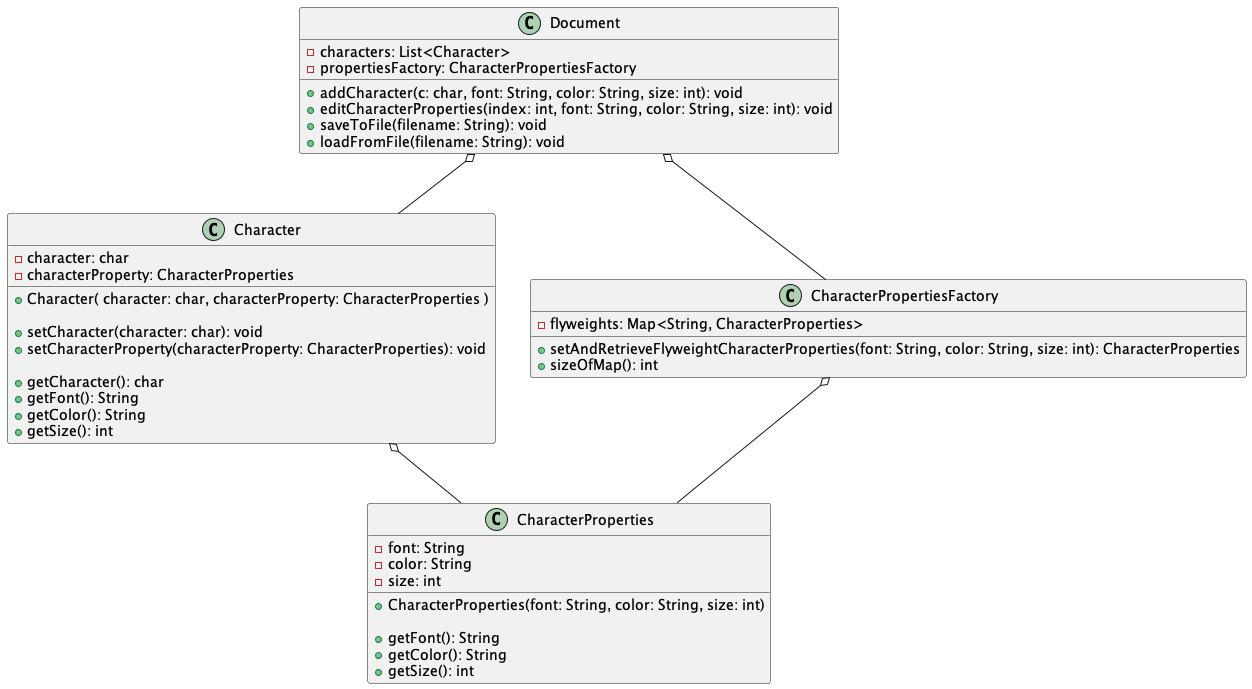
This is diagram-result/Class_Diagram.png from thanhdat1902/plantUML-edtior, a PlantUML export, as it was before one commit.
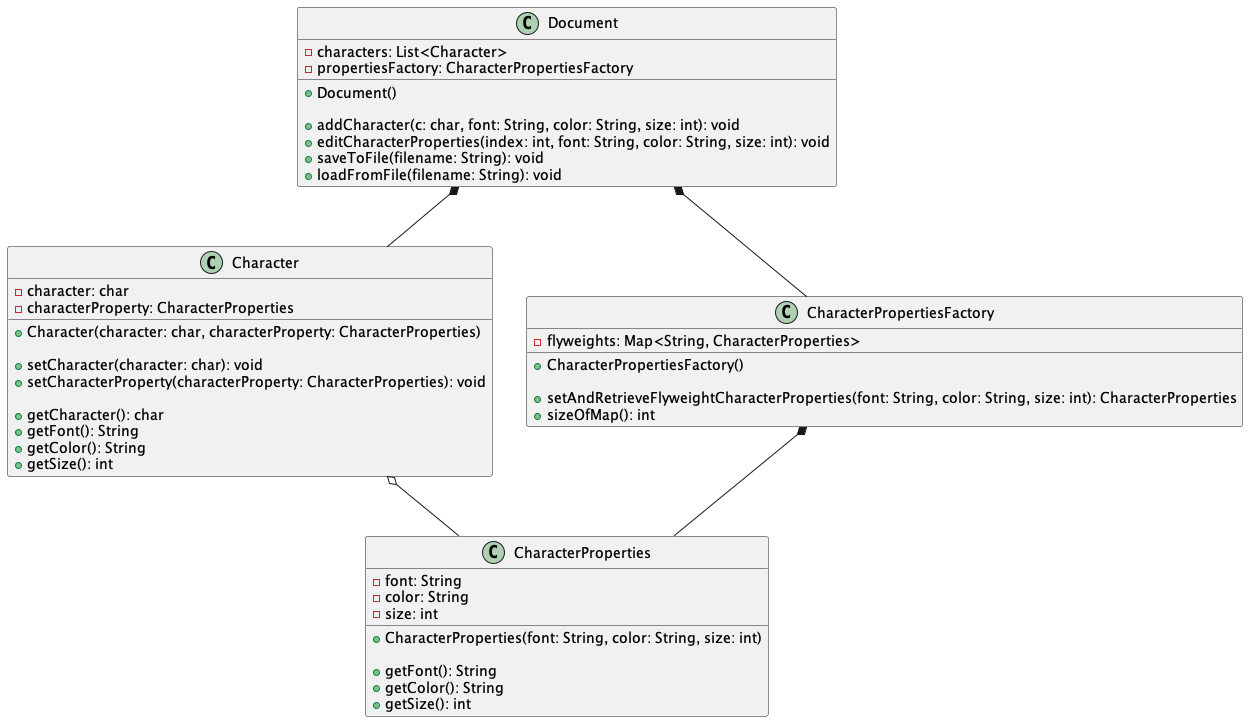
Above is the later version.

Change to the diagram source:
```diff
@@ -16,7 +16,7 @@
 -character: char
 -characterProperty: CharacterProperties
 
-+Character( character: char, characterProperty: CharacterProperties )
++Character(character: char, characterProperty: CharacterProperties)
 
 +setCharacter(character: char): void
 +setCharacterProperty(characterProperty: CharacterProperties): void
@@ -29,6 +29,9 @@
 
 class CharacterPropertiesFactory {
 -flyweights: Map<String, CharacterProperties>
+
++CharacterPropertiesFactory()
+
 +setAndRetrieveFlyweightCharacterProperties(font: String, color: String, size: int): CharacterProperties
 +sizeOfMap(): int
 }
@@ -36,15 +39,18 @@
 class Document {
 -characters: List<Character>
 -propertiesFactory: CharacterPropertiesFactory
+
++Document()
+
 +addCharacter(c: char, font: String, color: String, size: int): void
 +editCharacterProperties(index: int, font: String, color: String, size: int): void
 +saveToFile(filename: String): void
 +loadFromFile(filename: String): void
 }
 
-CharacterPropertiesFactory o-- CharacterProperties
+CharacterPropertiesFactory *-- CharacterProperties
 Character o-- CharacterProperties
-Document o-- CharacterPropertiesFactory
-Document o-- Character
+Document *-- CharacterPropertiesFactory
+Document *-- Character
 
 @enduml
```
